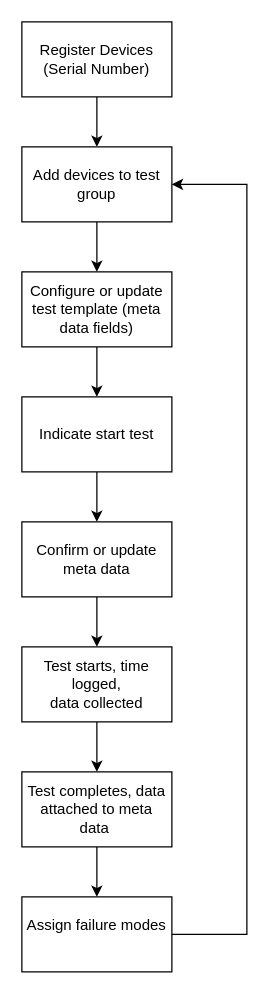
This is RegisterAndTest.drawio from rrivirr/rriv-diagrams, a draw.io file, before an edit. Source tidied: cells renumbered, new cells numbered last; positions are measured from the earlier drawing's top-left corner, leaving out a move shared by most shapes. Both pictures are drawn from the tidied source at 125%, with x=0, y=0 at pixel (21, 21).
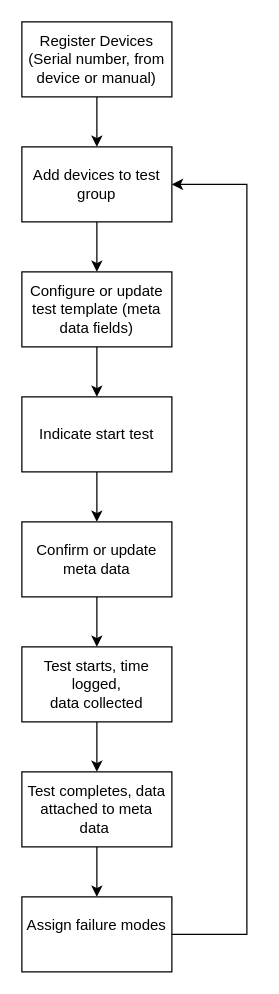
The same page after the edit.

Diff of the diagram source:
```diff
@@
 <mxGraphModel>
   <root>
     <mxCell id="0" />
     <mxCell id="1" parent="0" />
     <mxCell id="2" style="edgeStyle=orthogonalEdgeStyle;rounded=0;jettySize=auto;html=1;" parent="1" edge="1" source="3" target="5">
       <mxGeometry relative="1" as="geometry" />
     </mxCell>
-    <mxCell id="3" value="Register Devices&lt;br&gt;(Serial Number)" style="rounded=0;whiteSpace=wrap;html=1;" parent="1" vertex="1">
+    <mxCell id="3" value="Register Devices&lt;br&gt;(Serial number, from device or manual)" style="rounded=0;whiteSpace=wrap;html=1;" parent="1" vertex="1">
       <mxGeometry width="120" height="60" as="geometry" />
     </mxCell>
     <mxCell id="4" style="edgeStyle=orthogonalEdgeStyle;rounded=0;jettySize=auto;html=1;" parent="1" edge="1" source="5" target="7">
       <mxGeometry relative="1" as="geometry" />
     </mxCell>
     <mxCell id="5" value="Add devices to test group" style="whiteSpace=wrap;html=1;rounded=0;" parent="1" vertex="1">
       <mxGeometry y="100" width="120" height="60" as="geometry" />
     </mxCell>
     <mxCell id="6" style="edgeStyle=orthogonalEdgeStyle;rounded=0;jettySize=auto;html=1;" parent="1" edge="1" source="7" target="9">
       <mxGeometry relative="1" as="geometry" />
     </mxCell>
     <mxCell id="7" value="Configure or update test template (meta data fields)" style="whiteSpace=wrap;html=1;rounded=0;" parent="1" vertex="1">
       <mxGeometry y="200" width="120" height="60" as="geometry" />
     </mxCell>
     <mxCell id="8" style="edgeStyle=orthogonalEdgeStyle;rounded=0;jettySize=auto;html=1;entryX=0.5;entryY=0;entryDx=0;entryDy=0;" parent="1" edge="1" source="9" target="11">
       <mxGeometry relative="1" as="geometry" />
     </mxCell>
     <mxCell id="9" value="Indicate start test" style="whiteSpace=wrap;html=1;rounded=0;" parent="1" vertex="1">
       <mxGeometry y="300" width="120" height="60" as="geometry" />
     </mxCell>
     <mxCell id="10" style="edgeStyle=orthogonalEdgeStyle;rounded=0;jettySize=auto;html=1;" parent="1" edge="1" source="11" target="13">
       <mxGeometry relative="1" as="geometry" />
     </mxCell>
     <mxCell id="11" value="Confirm or update meta data" style="whiteSpace=wrap;html=1;rounded=0;" parent="1" vertex="1">
       <mxGeometry y="400" width="120" height="60" as="geometry" />
     </mxCell>
     <mxCell id="12" style="edgeStyle=orthogonalEdgeStyle;rounded=0;jettySize=auto;html=1;" parent="1" edge="1" source="13" target="15">
       <mxGeometry relative="1" as="geometry" />
     </mxCell>
     <mxCell id="13" value="Test starts, time logged, &lt;br&gt;data collected" style="whiteSpace=wrap;html=1;rounded=0;" parent="1" vertex="1">
       <mxGeometry y="500" width="120" height="60" as="geometry" />
     </mxCell>
     <mxCell id="14" style="edgeStyle=orthogonalEdgeStyle;rounded=0;jettySize=auto;html=1;" parent="1" edge="1" source="15" target="17">
       <mxGeometry relative="1" as="geometry" />
     </mxCell>
     <mxCell id="15" value="Test completes, data attached to meta data&amp;nbsp;" style="whiteSpace=wrap;html=1;rounded=0;" parent="1" vertex="1">
       <mxGeometry y="600" width="120" height="60" as="geometry" />
     </mxCell>
     <mxCell id="16" style="edgeStyle=orthogonalEdgeStyle;rounded=0;jettySize=auto;html=1;entryX=1;entryY=0.5;entryDx=0;entryDy=0;" parent="1" edge="1" target="5">
       <mxGeometry relative="1" as="geometry">
         <mxPoint x="120" y="730" as="sourcePoint" />
         <Array as="points">
           <mxPoint x="180" y="730" />
           <mxPoint x="180" y="130" />
         </Array>
       </mxGeometry>
     </mxCell>
     <mxCell id="17" value="Assign failure modes&lt;div&gt;&lt;br&gt;&lt;/div&gt;" style="whiteSpace=wrap;html=1;rounded=0;" parent="1" vertex="1">
       <mxGeometry y="700" width="120" height="60" as="geometry" />
     </mxCell>
   </root>
 </mxGraphModel>
```
